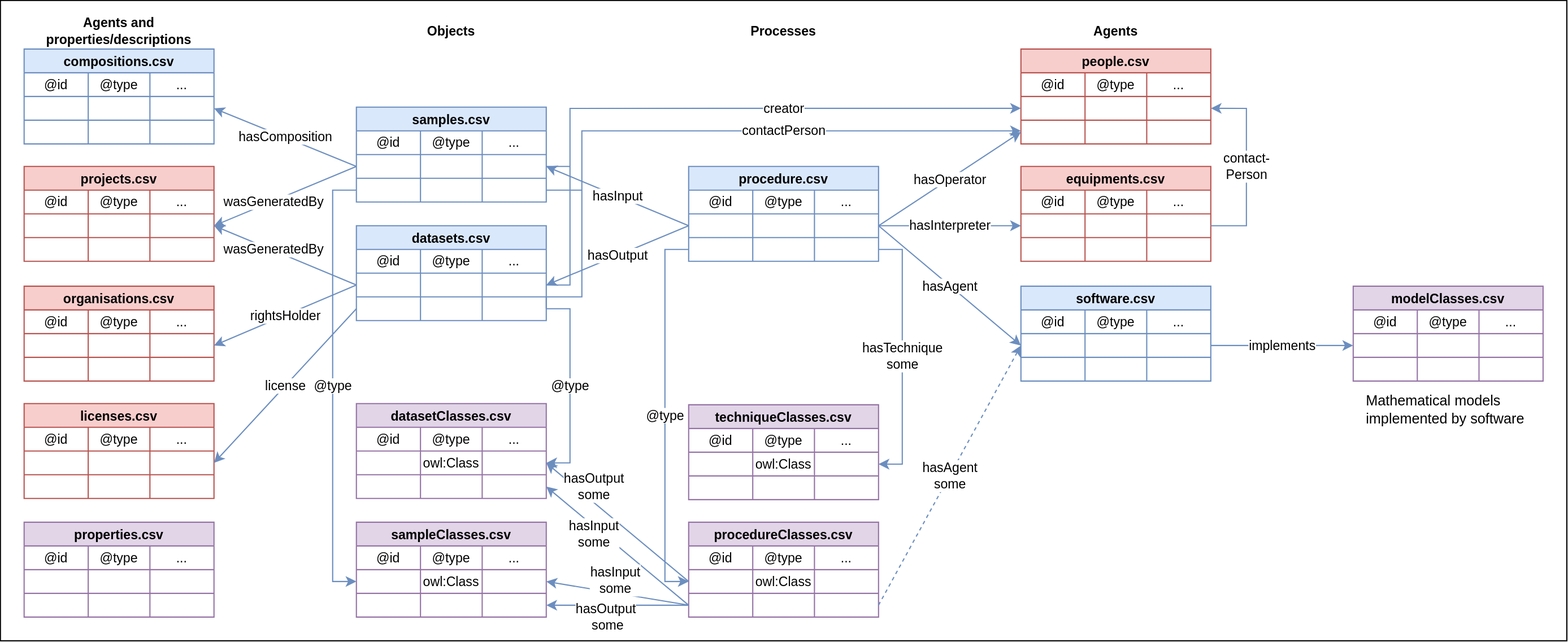
This is figs/tables.svg from SINTEF/PhysMetDoc, a draw.io export, as it was before one commit. Source tidied: cells renumbered, new cells last; positions are measured from the earlier drawing's top-left corner, leaving out a move shared by most shapes.
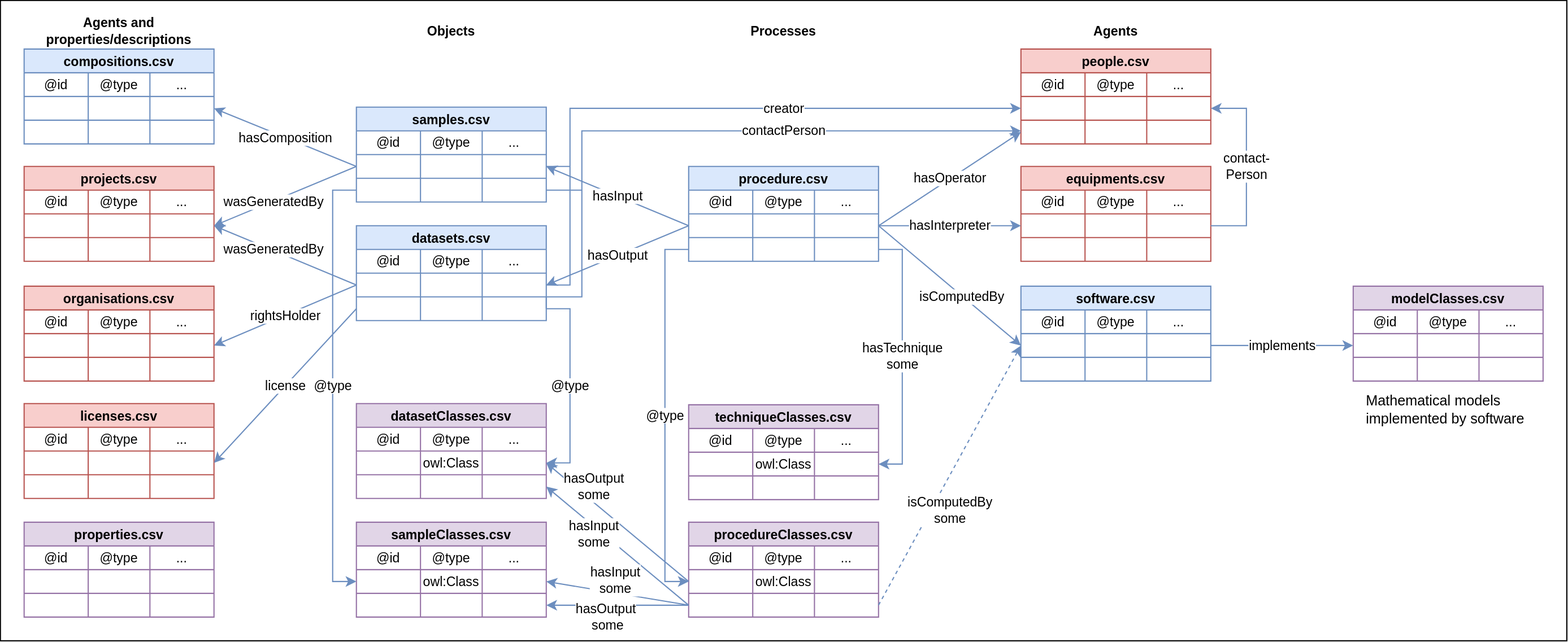
The same diagram one commit later.

Commit message:
Updated frontpage figure again

Change to the diagram source:
```diff
@@ -371,8 +371,8 @@
     <mxCell id="124" style="shape=partialRectangle;html=1;whiteSpace=wrap;fillColor=none;top=0;left=0;bottom=0;right=0;overflow=hidden;fontFamily=Helvetica;fontSize=11;fontColor=#000000;" parent="121" vertex="1">
       <mxGeometry x="106" width="54" height="20" as="geometry" />
     </mxCell>
-    <mxCell id="125" value="&lt;font&gt;hasAgent&lt;/font&gt;" style="edgeStyle=none;shape=connector;rounded=0;jettySize=auto;html=1;labelBackgroundColor=default;strokeColor=#6c8ebf;fontFamily=Helvetica;fontSize=11;fontColor=#000000;endArrow=classic;endFill=1;exitX=1;exitY=0.5;exitDx=0;exitDy=0;entryX=0;entryY=0.5;entryDx=0;entryDy=0;fillColor=#dae8fc;" parent="1" edge="1" source="34" target="117">
-      <mxGeometry relative="1" as="geometry" />
+    <mxCell id="125" value="&lt;font&gt;isComputedBy&lt;/font&gt;" style="edgeStyle=none;shape=connector;rounded=0;jettySize=auto;html=1;labelBackgroundColor=default;strokeColor=#6c8ebf;fontFamily=Helvetica;fontSize=11;fontColor=#000000;endArrow=classic;endFill=1;exitX=1;exitY=0.5;exitDx=0;exitDy=0;entryX=0;entryY=0.5;entryDx=0;entryDy=0;fillColor=#dae8fc;" parent="1" edge="1" source="34" target="117">
+      <mxGeometry x="0.18" y="-1" relative="1" as="geometry" />
     </mxCell>
     <mxCell id="126" value="&lt;font&gt;rightsHolder&lt;/font&gt;" style="edgeStyle=none;shape=connector;rounded=0;jettySize=auto;html=1;labelBackgroundColor=default;strokeColor=#6c8ebf;fontFamily=Helvetica;fontSize=11;fontColor=#000000;endArrow=classic;endFill=1;entryX=1;entryY=0.5;entryDx=0;entryDy=0;exitX=0;exitY=0.5;exitDx=0;exitDy=0;fillColor=#dae8fc;" parent="1" edge="1" source="8" target="91">
       <mxGeometry relative="1" as="geometry" />
@@ -473,8 +473,8 @@
     <mxCell id="158" value="&lt;font&gt;hasInput&lt;br&gt;some&lt;/font&gt;" style="edgeStyle=none;shape=connector;rounded=0;jettySize=auto;html=1;labelBackgroundColor=default;strokeColor=#6c8ebf;fontFamily=Helvetica;fontSize=11;fontColor=#000000;endArrow=classic;endFill=1;exitX=0;exitY=0.5;exitDx=0;exitDy=0;entryX=1;entryY=0.5;entryDx=0;entryDy=0;fillColor=#dae8fc;" parent="1" edge="1" source="138" target="151">
       <mxGeometry x="0.28" y="5" relative="1" as="geometry" />
     </mxCell>
-    <mxCell id="159" value="&lt;font&gt;hasAgent&lt;br&gt;some&lt;br&gt;&lt;/font&gt;" style="edgeStyle=none;shape=connector;rounded=0;jettySize=auto;html=1;labelBackgroundColor=default;strokeColor=#6c8ebf;fontFamily=Helvetica;fontSize=11;fontColor=#000000;endArrow=classic;endFill=1;exitX=1;exitY=0.5;exitDx=0;exitDy=0;entryX=0;entryY=0.5;entryDx=0;entryDy=0;fillColor=#dae8fc;dashed=1;" parent="1" edge="1" source="138" target="117">
-      <mxGeometry relative="1" as="geometry" />
+    <mxCell id="159" value="&lt;font&gt;isComputedBy&lt;br&gt;some&lt;br&gt;&lt;/font&gt;" style="edgeStyle=none;shape=connector;rounded=0;jettySize=auto;html=1;labelBackgroundColor=default;strokeColor=#6c8ebf;fontFamily=Helvetica;fontSize=11;fontColor=#000000;endArrow=classic;endFill=1;exitX=1;exitY=0.5;exitDx=0;exitDy=0;entryX=0;entryY=0.5;entryDx=0;entryDy=0;fillColor=#dae8fc;dashed=1;" parent="1" edge="1" source="138" target="117">
+      <mxGeometry x="-0.21" y="-14" relative="1" as="geometry" />
     </mxCell>
     <mxCell id="160" value="&lt;b&gt;Objects&lt;/b&gt;" style="text;html=1;strokeColor=none;fillColor=none;align=center;verticalAlign=middle;whiteSpace=wrap;rounded=0;fontFamily=Helvetica;fontSize=11;fontColor=#000000;" parent="1" vertex="1">
       <mxGeometry x="350" y="11" width="60" height="30" as="geometry" />
```
